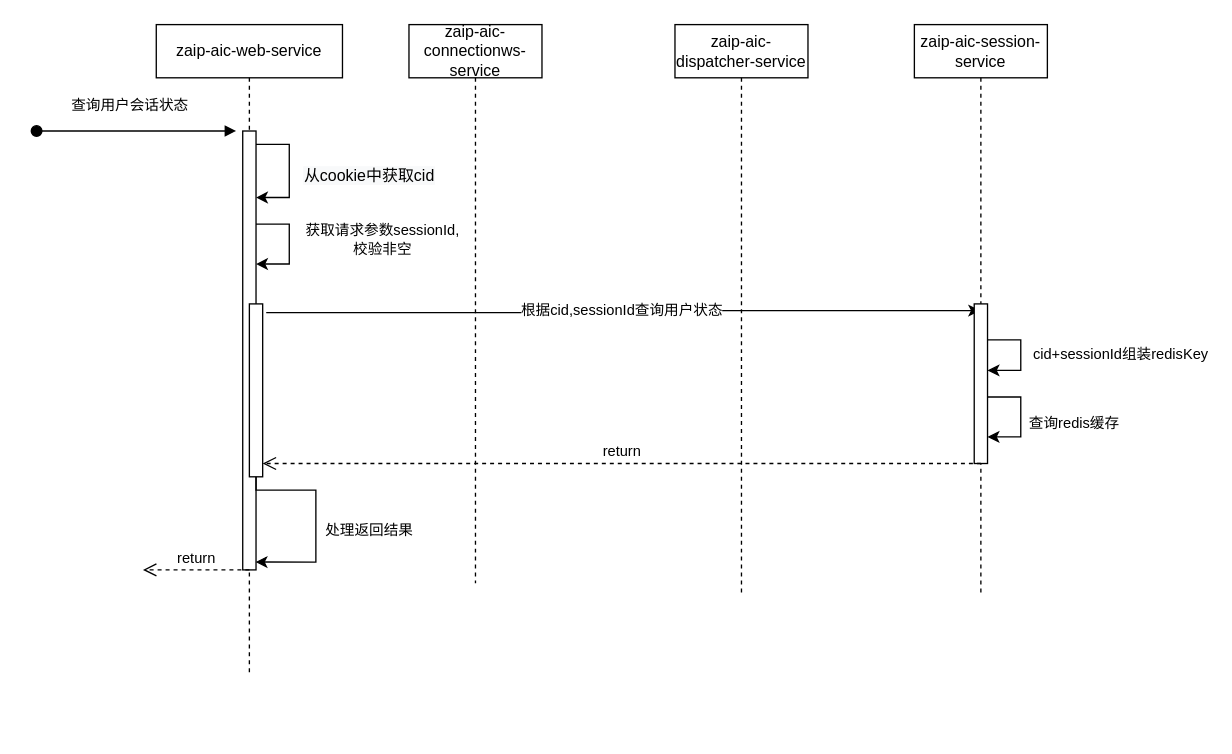
hack0303/draw.io-store keeps this draw.io diagram as IP-3379 在线人工客服会话C端增加结束保持会话操作-时序图.drawio. Above is the earlier version. Source tidied: cells renumbered, new cells numbered last; positions are measured from the earlier drawing's top-left corner, leaving out a move shared by most shapes. Both pictures are drawn from the tidied source at 133%, with x=0, y=0 at pixel (36, 24).
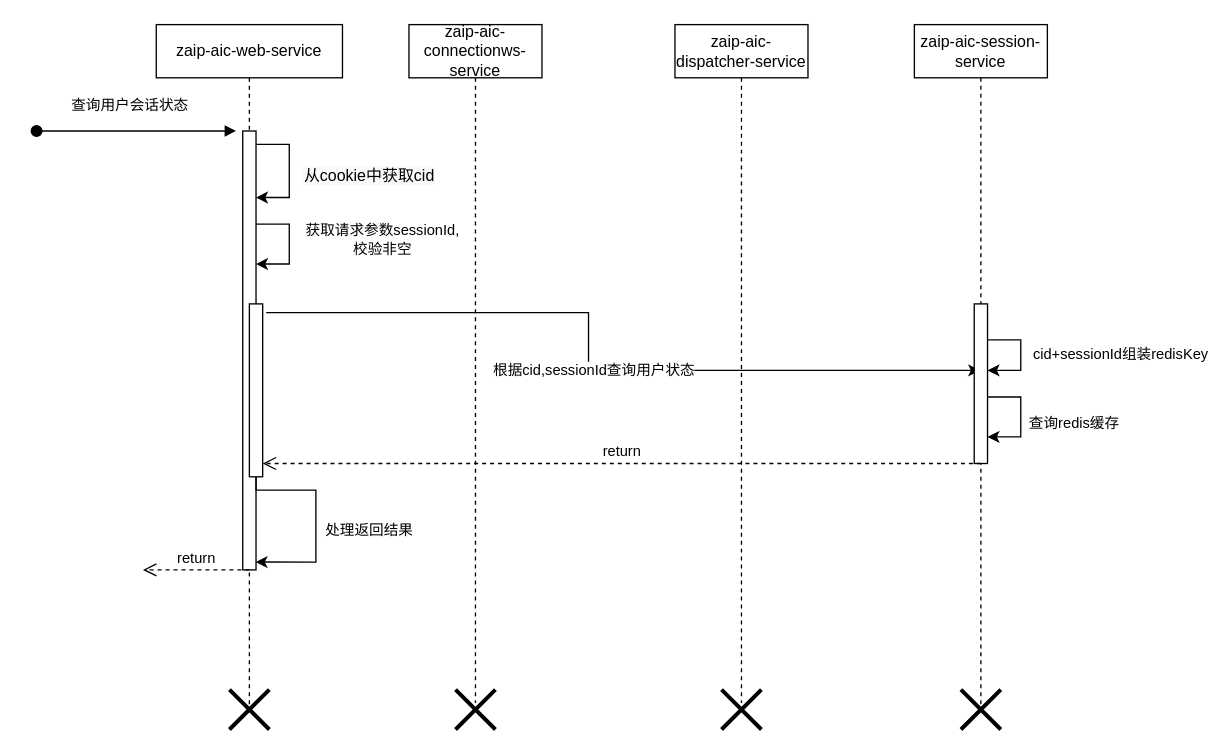
The same page after the edit.

Commit message:
更新IP-3379 在线人工客服会话C端增加结束保持会话操作-时序图.drawio

The edit, as a diff of the source:
```diff
@@
     <mxCell id="3" value="zaip-aic-connectionws-service" style="shape=umlLifeline;perimeter=lifelinePerimeter;whiteSpace=wrap;html=1;" parent="1" vertex="1">
-      <mxGeometry x="280" width="100" height="420" as="geometry" />
+      <mxGeometry x="280" width="100" height="510" as="geometry" />
     </mxCell>
     <mxCell id="4" value="zaip-aic-session-service" style="shape=umlLifeline;perimeter=lifelinePerimeter;whiteSpace=wrap;html=1;outlineConnect=0;" parent="1" vertex="1">
-      <mxGeometry x="660" width="100" height="430" as="geometry" />
+      <mxGeometry x="660" width="100" height="520" as="geometry" />
     </mxCell>
@@
     <mxCell id="8" value="zaip-aic-dispatcher-service" style="shape=umlLifeline;perimeter=lifelinePerimeter;whiteSpace=wrap;html=1;" parent="1" vertex="1">
-      <mxGeometry x="480" width="100" height="430" as="geometry" />
+      <mxGeometry x="480" width="100" height="510" as="geometry" />
     </mxCell>
     <mxCell id="9" value="zaip-aic-web-service" style="shape=umlLifeline;perimeter=lifelinePerimeter;whiteSpace=wrap;html=1;" parent="1" vertex="1">
-      <mxGeometry x="90" width="140" height="490" as="geometry" />
+      <mxGeometry x="90" width="140" height="520" as="geometry" />
     </mxCell>
@@
+    <mxCell id="18" style="shape=umlDestroy;whiteSpace=wrap;html=1;strokeWidth=3;" parent="9" vertex="1">
+      <mxGeometry x="55" y="500" width="30" height="30" as="geometry" />
+    </mxCell>
@@
+    <mxCell id="19" style="shape=umlDestroy;whiteSpace=wrap;html=1;strokeWidth=3;" parent="1" vertex="1">
+      <mxGeometry x="315" y="500" width="30" height="30" as="geometry" />
+    </mxCell>
+    <mxCell id="20" style="shape=umlDestroy;whiteSpace=wrap;html=1;strokeWidth=3;" parent="1" vertex="1">
+      <mxGeometry x="515" y="500" width="30" height="30" as="geometry" />
+    </mxCell>
+    <mxCell id="21" style="shape=umlDestroy;whiteSpace=wrap;html=1;strokeWidth=3;" parent="1" vertex="1">
+      <mxGeometry x="695" y="500" width="30" height="30" as="geometry" />
+    </mxCell>
```
